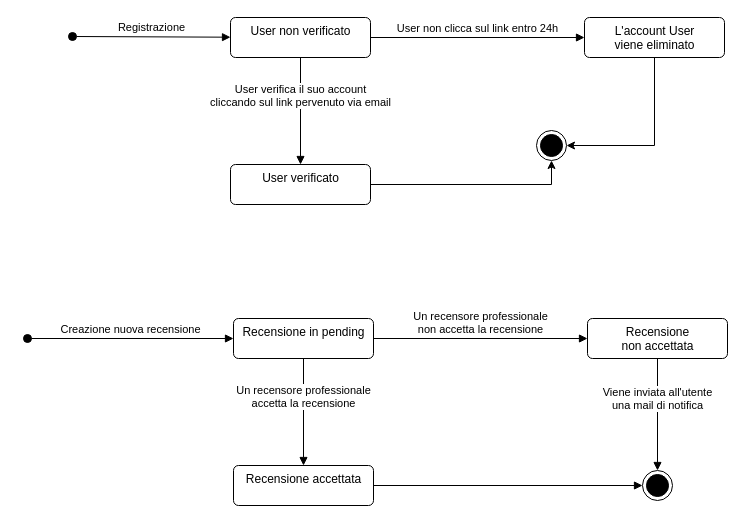
This is doc/diagrams/state diagram.drawio from alfonsograziano/Progetto-IS-FIA, a draw.io file, before an edit. Source tidied: cells renumbered, new cells numbered last; positions are measured from the earlier drawing's top-left corner, leaving out a move shared by most shapes. Both pictures are drawn from the tidied source at 100%, with x=0, y=0 at pixel (27, 17).
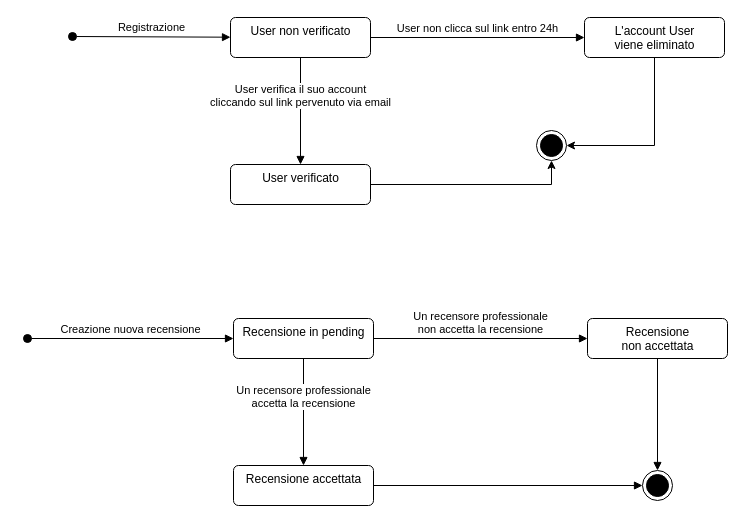
Above is the later version.

The change refers to these unchanged cells:
```xml
<mxCell id="15" value="Recensione &lt;br&gt;non accettata" style="html=1;align=center;verticalAlign=top;rounded=1;absoluteArcSize=1;arcSize=10;dashed=0;" parent="1" vertex="1">
  <mxGeometry x="560" y="301" width="140" height="40" as="geometry" />
</mxCell>
<mxCell id="16" style="ellipse;html=1;shape=endState;fillColor=#000000;strokeColor=#000000;" parent="1" vertex="1">
  <mxGeometry x="615" y="453" width="30" height="30" as="geometry" />
</mxCell>
```

The edit, as a diff of the source:
```diff
@@
-    <mxCell id="19" value="Viene inviata all'utente &lt;br&gt;una mail di notifica" style="html=1;verticalAlign=bottom;endArrow=block;" parent="1" edge="1" source="15" target="16">
-      <mxGeometry relative="1" as="geometry" />
+    <mxCell id="19" style="html=1;verticalAlign=bottom;endArrow=block;" parent="1" edge="1" source="15" target="16">
+      <mxGeometry x="-0.04" relative="1" as="geometry" />
     </mxCell>
```
